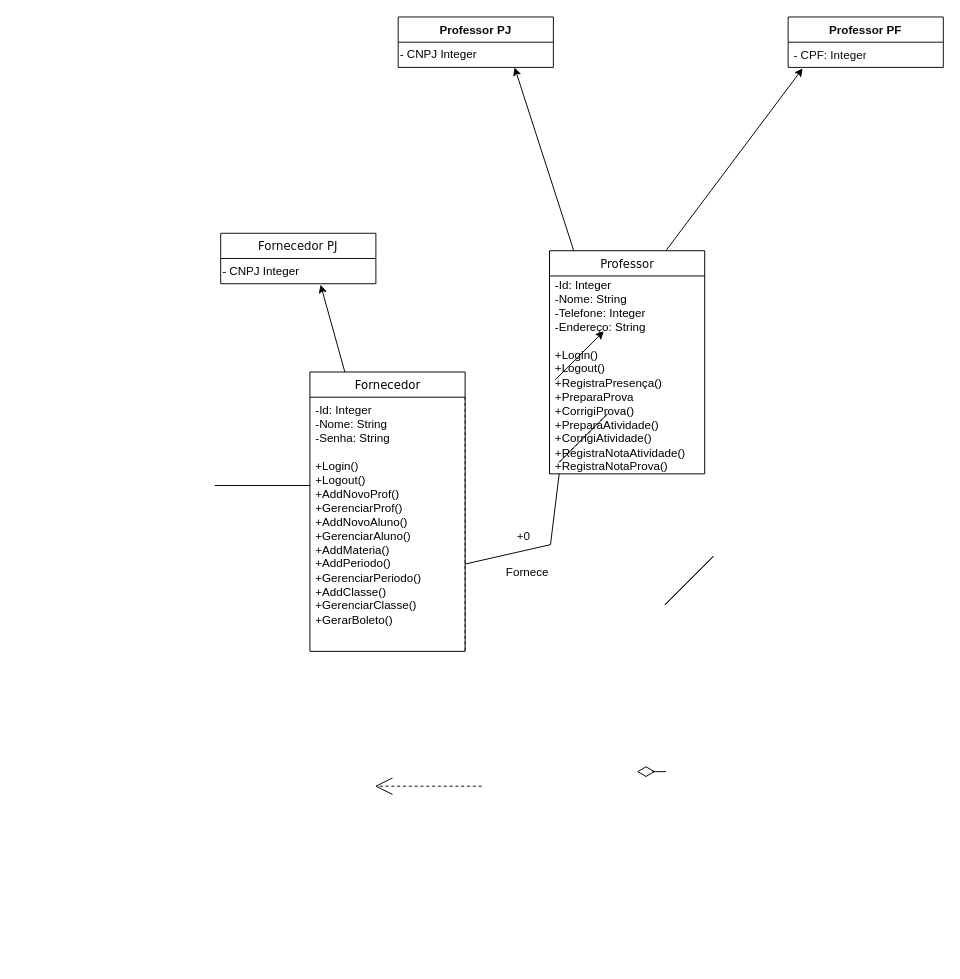
Before: Diagrama sem nome.drawio in gaahsz1/sonic-com-mario, a draw.io diagram. Source tidied: cells renumbered, new cells numbered last; positions are measured from the earlier drawing's top-left corner, leaving out a move shared by most shapes. Both pictures are drawn from the tidied source at 97%, with x=0, y=0 at pixel (214, 16).
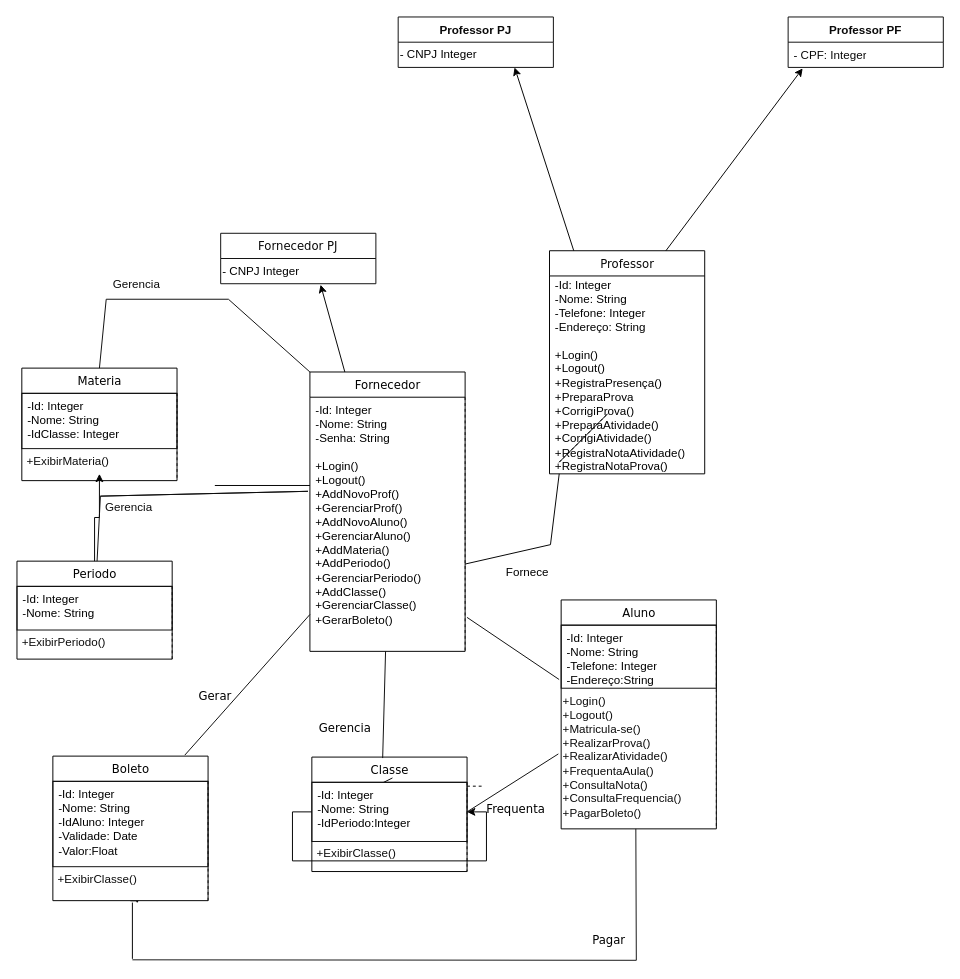
The same diagram, later.

Change to the diagram source:
```diff
@@
-    <mxCell id="5" style="endArrow=none;html=1;rounded=0;" parent="1" edge="1">
-      <mxGeometry relative="1" as="geometry">
-        <mxPoint x="464" y="606" as="sourcePoint" />
-        <mxPoint x="514" y="556" as="targetPoint" />
-      </mxGeometry>
-    </mxCell>
-    <mxCell id="6" style="endArrow=none;html=1;rounded=0;fontFamily=Helvetica;fontSize=12;fontColor=default;" parent="1" edge="1">
-      <mxGeometry relative="1" as="geometry">
-        <mxPoint x="464" y="606" as="sourcePoint" />
-        <mxPoint x="514" y="556" as="targetPoint" />
-      </mxGeometry>
-    </mxCell>
@@
-    <mxCell id="18" style="endArrow=classic;html=1;rounded=0;" parent="1" edge="1">
-      <mxGeometry relative="1" as="geometry">
-        <mxPoint x="351" y="374" as="sourcePoint" />
-        <mxPoint x="401" y="324" as="targetPoint" />
-      </mxGeometry>
-    </mxCell>
@@
-    <mxCell id="26" value="&lt;font color=&quot;#0a0a0a&quot;&gt;+0&lt;/font&gt;" style="text;html=1;align=center;verticalAlign=middle;strokeColor=none;fillColor=none;" parent="1" vertex="1">
-      <mxGeometry x="302" y="523" width="32" height="26" as="geometry" />
-    </mxCell>
+    <mxCell id="27" value="&lt;span style=&quot;font-weight: 400;&quot;&gt;Materia&lt;/span&gt;" style="swimlane;fontStyle=1;align=center;verticalAlign=top;horizontal=1;startSize=26;swimlaneFillColor=#ffffff;rounded=0;shadow=0;comic=0;labelBackgroundColor=none;strokeWidth=1;fillColor=none;fontFamily=Verdana;fontSize=12;strokeColor=#000000;swimlaneLine=1;fontColor=#000000;html=1;swimlaneHead=1;separatorColor=#121212;backgroundOutline=0;" parent="1" vertex="1">
+      <mxGeometry x="-199" y="362" width="160" height="116" as="geometry" />
+    </mxCell>
+    <mxCell id="28" value="&lt;font color=&quot;#000000&quot;&gt;-Id: Integer&lt;br&gt;-Nome: String&lt;br&gt;-IdClasse: Integer&lt;br&gt;&lt;br&gt;&lt;br&gt;&lt;/font&gt;" style="text;html=1;strokeColor=#0D0D0D;fillColor=none;align=left;verticalAlign=top;spacingLeft=4;spacingRight=4;whiteSpace=wrap;overflow=hidden;" parent="27" vertex="1">
+      <mxGeometry y="26" width="160" height="57" as="geometry" />
+    </mxCell>
+    <mxCell id="29" value="&lt;font color=&quot;#0d0d0d&quot;&gt;&amp;nbsp;+ExibirMateria()&lt;/font&gt;" style="text;html=1;align=left;verticalAlign=middle;points=[];strokeColor=none;fillColor=none;" parent="27" vertex="1">
+      <mxGeometry y="83" width="160" height="26" as="geometry" />
+    </mxCell>
+    <mxCell id="30" style="endArrow=none;html=1;rounded=0;strokeColor=#0D0D0D;" parent="1" edge="1">
+      <mxGeometry relative="1" as="geometry">
+        <mxPoint x="-119" y="362" as="sourcePoint" />
+        <mxPoint x="98" y="366" as="targetPoint" />
+        <Array as="points">
+          <mxPoint x="-112" y="291" />
+          <mxPoint x="14" y="291" />
+        </Array>
+      </mxGeometry>
+    </mxCell>
+    <mxCell id="31" value="&lt;font color=&quot;#0d0d0d&quot;&gt;Gerencia&lt;br&gt;&lt;/font&gt;" style="text;html=1;align=center;verticalAlign=middle;strokeColor=none;fillColor=none;" parent="1" vertex="1">
+      <mxGeometry x="-115" y="263" width="67" height="26" as="geometry" />
+    </mxCell>
+    <mxCell id="32" style="edgeStyle=orthogonalEdgeStyle;rounded=0;jettySize=auto;html=1;" parent="1" edge="1" source="33" target="29">
+      <mxGeometry relative="1" as="geometry" />
+    </mxCell>
+    <mxCell id="33" value="&lt;span style=&quot;font-weight: 400;&quot;&gt;Periodo&lt;/span&gt;" style="swimlane;fontStyle=1;align=center;verticalAlign=top;horizontal=1;startSize=26;swimlaneFillColor=#ffffff;rounded=0;shadow=0;comic=0;labelBackgroundColor=none;strokeWidth=1;fillColor=none;fontFamily=Verdana;fontSize=12;strokeColor=#000000;swimlaneLine=1;fontColor=#000000;html=1;swimlaneHead=1;separatorColor=#121212;backgroundOutline=0;" parent="1" vertex="1">
+      <mxGeometry x="-204" y="561" width="160" height="101" as="geometry" />
+    </mxCell>
+    <mxCell id="34" value="&lt;font color=&quot;#000000&quot;&gt;-Id: Integer&lt;br&gt;-Nome: String&lt;br&gt;&lt;/font&gt;" style="text;html=1;strokeColor=#0D0D0D;fillColor=none;align=left;verticalAlign=top;spacingLeft=4;spacingRight=4;whiteSpace=wrap;overflow=hidden;" parent="33" vertex="1">
+      <mxGeometry y="26" width="160" height="45" as="geometry" />
+    </mxCell>
+    <mxCell id="35" value="&lt;font color=&quot;#0d0d0d&quot;&gt;&amp;nbsp;+ExibirPeriodo()&lt;/font&gt;" style="text;html=1;align=left;verticalAlign=middle;strokeColor=none;fillColor=none;" parent="33" vertex="1">
+      <mxGeometry y="71" width="160" height="26" as="geometry" />
+    </mxCell>
+    <mxCell id="36" style="endArrow=none;html=1;rounded=0;strokeColor=#0D0D0D;" parent="1" edge="1" source="33">
+      <mxGeometry relative="1" as="geometry">
+        <mxPoint x="-118" y="494" as="targetPoint" />
+        <Array as="points">
+          <mxPoint x="-118" y="494" />
+          <mxPoint x="96" y="489" />
+        </Array>
+      </mxGeometry>
+    </mxCell>
+    <mxCell id="37" value="&lt;font color=&quot;#0d0d0d&quot;&gt;Gerencia&lt;/font&gt;" style="text;html=1;align=center;verticalAlign=middle;strokeColor=none;fillColor=none;" parent="1" vertex="1">
+      <mxGeometry x="-123" y="493" width="67" height="26" as="geometry" />
+    </mxCell>
+    <mxCell id="38" style="edgeStyle=orthogonalEdgeStyle;rounded=0;jettySize=auto;html=1;exitX=0.5;exitY=1;exitDx=0;exitDy=0;fontFamily=Verdana;fontSize=12;fontColor=#000000;startSize=26;" parent="1" edge="1" source="40">
+      <mxGeometry relative="1" as="geometry">
+        <mxPoint x="-80" y="913.8" as="targetPoint" />
+      </mxGeometry>
+    </mxCell>
+    <mxCell id="39" style="edgeStyle=orthogonalEdgeStyle;rounded=0;jettySize=auto;html=1;exitX=0.5;exitY=1;exitDx=0;exitDy=0;fontFamily=Verdana;fontSize=12;fontColor=#000000;startSize=26;" parent="1" edge="1" source="40">
+      <mxGeometry relative="1" as="geometry">
+        <mxPoint x="-80" y="873" as="targetPoint" />
+      </mxGeometry>
+    </mxCell>
+    <mxCell id="40" value="&lt;span style=&quot;font-weight: 400;&quot;&gt;Boleto&lt;/span&gt;" style="swimlane;fontStyle=1;align=center;verticalAlign=top;horizontal=1;startSize=26;swimlaneFillColor=#ffffff;rounded=0;shadow=0;comic=0;labelBackgroundColor=none;strokeWidth=1;fillColor=none;fontFamily=Verdana;fontSize=12;strokeColor=#000000;swimlaneLine=1;fontColor=#000000;html=1;swimlaneHead=1;separatorColor=#121212;backgroundOutline=0;" parent="1" vertex="1">
+      <mxGeometry x="-167" y="762" width="160" height="149" as="geometry" />
+    </mxCell>
+    <mxCell id="41" value="&lt;font color=&quot;#000000&quot;&gt;-Id: Integer&lt;br&gt;-Nome: String&lt;br&gt;-IdAluno: Integer&lt;br&gt;-Validade: Date&lt;br&gt;-Valor:Float&lt;br&gt;&lt;/font&gt;" style="text;html=1;strokeColor=#0D0D0D;fillColor=none;align=left;verticalAlign=top;spacingLeft=4;spacingRight=4;whiteSpace=wrap;overflow=hidden;" parent="40" vertex="1">
+      <mxGeometry y="26" width="160" height="88" as="geometry" />
+    </mxCell>
+    <mxCell id="42" value="&lt;font color=&quot;#0d0d0d&quot;&gt;&amp;nbsp;+ExibirClasse()&lt;/font&gt;" style="text;html=1;align=left;verticalAlign=middle;strokeColor=none;fillColor=none;" parent="40" vertex="1">
+      <mxGeometry y="114" width="160" height="26" as="geometry" />
+    </mxCell>
+    <mxCell id="43" style="endArrow=none;html=1;rounded=0;fontFamily=Verdana;fontSize=12;fontColor=#000000;startSize=26;strokeColor=#0D0D0D;" parent="1" edge="1">
+      <mxGeometry relative="1" as="geometry">
+        <mxPoint x="-31" y="761" as="sourcePoint" />
+        <mxPoint x="98" y="616" as="targetPoint" />
+      </mxGeometry>
+    </mxCell>
+    <mxCell id="44" value="Gerar" style="text;html=1;align=center;verticalAlign=middle;strokeColor=none;fillColor=none;fontSize=12;fontFamily=Verdana;fontColor=#000000;" parent="1" vertex="1">
+      <mxGeometry x="-26" y="688" width="52" height="26" as="geometry" />
+    </mxCell>
+    <mxCell id="45" value="&lt;span style=&quot;font-weight: 400;&quot;&gt;Classe&lt;/span&gt;" style="swimlane;fontStyle=1;align=center;verticalAlign=top;horizontal=1;startSize=26;swimlaneFillColor=#ffffff;rounded=0;shadow=0;comic=0;labelBackgroundColor=none;strokeWidth=1;fillColor=none;fontFamily=Verdana;fontSize=12;strokeColor=#000000;swimlaneLine=1;fontColor=#000000;html=1;swimlaneHead=1;separatorColor=#121212;backgroundOutline=0;" parent="1" vertex="1">
+      <mxGeometry x="100" y="763" width="160" height="118" as="geometry" />
+    </mxCell>
+    <mxCell id="46" value="&lt;font color=&quot;#000000&quot;&gt;-Id: Integer&lt;br&gt;-Nome: String&lt;br&gt;-IdPeriodo:Integer&lt;br&gt;&lt;/font&gt;" style="text;html=1;strokeColor=#0D0D0D;fillColor=none;align=left;verticalAlign=top;spacingLeft=4;spacingRight=4;whiteSpace=wrap;overflow=hidden;points=[[0,0.5],[1,0.5]];portConstraint=eastwest;" parent="45" vertex="1">
+      <mxGeometry y="26" width="160" height="61" as="geometry" />
+    </mxCell>
+    <mxCell id="47" value="&lt;font color=&quot;#0d0d0d&quot;&gt;&amp;nbsp;+ExibirClasse()&lt;/font&gt;" style="text;html=1;align=left;verticalAlign=middle;strokeColor=none;fillColor=none;" parent="45" vertex="1">
+      <mxGeometry y="87" width="160" height="26" as="geometry" />
+    </mxCell>
+    <mxCell id="48" style="edgeStyle=orthogonalEdgeStyle;rounded=0;orthogonalLoop=1;jettySize=auto;html=1;entryX=1;entryY=0.5;entryDx=0;entryDy=0;fontFamily=Verdana;fontSize=12;fontColor=#000000;startSize=26;" parent="45" edge="1" source="46" target="46">
+      <mxGeometry relative="1" as="geometry" />
+    </mxCell>
+    <mxCell id="49" style="endArrow=none;html=1;rounded=0;fontFamily=Verdana;fontSize=12;fontColor=#000000;startSize=26;strokeColor=#0D0D0D;" parent="1" edge="1">
+      <mxGeometry relative="1" as="geometry">
+        <mxPoint x="173" y="764" as="sourcePoint" />
+        <mxPoint x="176" y="654" as="targetPoint" />
+      </mxGeometry>
+    </mxCell>
+    <mxCell id="50" value="Gerencia&lt;br&gt;" style="text;html=1;align=center;verticalAlign=middle;strokeColor=none;fillColor=none;fontSize=12;fontFamily=Verdana;fontColor=#000000;" parent="1" vertex="1">
+      <mxGeometry x="98" y="721" width="71" height="26" as="geometry" />
+    </mxCell>
+    <mxCell id="51" value="&lt;span style=&quot;font-weight: 400;&quot;&gt;Aluno&lt;/span&gt;" style="swimlane;fontStyle=1;align=center;verticalAlign=top;horizontal=1;startSize=26;swimlaneFillColor=#ffffff;rounded=0;shadow=0;comic=0;labelBackgroundColor=none;strokeWidth=1;fillColor=none;fontFamily=Verdana;fontSize=12;strokeColor=#000000;swimlaneLine=1;fontColor=#000000;html=1;swimlaneHead=1;separatorColor=#121212;backgroundOutline=0;" parent="1" vertex="1">
+      <mxGeometry x="357" y="601" width="160" height="236" as="geometry" />
+    </mxCell>
+    <mxCell id="52" value="&lt;font color=&quot;#000000&quot;&gt;-Id: Integer&lt;br&gt;-Nome: String&lt;br&gt;-Telefone: Integer&lt;br&gt;-Endereço:String&lt;br&gt;&lt;/font&gt;" style="text;html=1;strokeColor=#0D0D0D;fillColor=none;align=left;verticalAlign=top;spacingLeft=4;spacingRight=4;whiteSpace=wrap;overflow=hidden;points=[[0,0.5],[1,0.5]];portConstraint=eastwest;" parent="51" vertex="1">
+      <mxGeometry y="26" width="160" height="65" as="geometry" />
+    </mxCell>
+    <mxCell id="53" value="&lt;font color=&quot;#0d0d0d&quot;&gt;+Login()&lt;br&gt;+Logout()&lt;br&gt;+Matricula-se()&lt;br&gt;+RealizarProva()&lt;br&gt;+RealizarAtividade()&lt;br&gt;+FrequentaAula()&lt;br&gt;+ConsultaNota()&lt;br&gt;+ConsultaFrequencia()&lt;br&gt;+PagarBoleto()&lt;br&gt;&lt;/font&gt;" style="text;html=1;align=left;verticalAlign=middle;points=[];strokeColor=none;fillColor=none;" parent="51" vertex="1">
+      <mxGeometry y="91" width="160" height="142" as="geometry" />
+    </mxCell>
+    <mxCell id="54" style="endArrow=none;html=1;rounded=0;fontFamily=Verdana;fontSize=12;fontColor=#000000;startSize=26;entryX=-0.013;entryY=0.862;entryDx=0;entryDy=0;entryPerimeter=0;strokeColor=#0D0D0D;" parent="1" edge="1" target="52">
+      <mxGeometry relative="1" as="geometry">
+        <mxPoint x="260" y="619" as="sourcePoint" />
+      </mxGeometry>
+    </mxCell>
+    <mxCell id="55" style="endArrow=none;html=1;rounded=0;fontFamily=Verdana;fontSize=12;fontColor=#000000;startSize=26;entryX=-0.018;entryY=0.477;entryDx=0;entryDy=0;entryPerimeter=0;strokeColor=#0D0D0D;exitX=1;exitY=0.5;exitDx=0;exitDy=0;" parent="1" edge="1" source="46" target="53">
+      <mxGeometry relative="1" as="geometry" />
+    </mxCell>
+    <mxCell id="56" value="Frequenta" style="text;html=1;align=center;verticalAlign=middle;strokeColor=none;fillColor=none;fontSize=12;fontFamily=Verdana;fontColor=#000000;" parent="1" vertex="1">
+      <mxGeometry x="270" y="804" width="79" height="26" as="geometry" />
+    </mxCell>
+    <mxCell id="57" style="endArrow=none;html=1;rounded=0;fontFamily=Verdana;fontSize=12;fontColor=#000000;startSize=26;edgeStyle=orthogonalEdgeStyle;strokeColor=#141414;" parent="1" edge="1">
+      <mxGeometry relative="1" as="geometry">
+        <mxPoint x="-85" y="972" as="sourcePoint" />
+        <mxPoint x="434" y="837" as="targetPoint" />
+      </mxGeometry>
+    </mxCell>
+    <mxCell id="58" style="endArrow=none;html=1;rounded=0;fontFamily=Verdana;fontSize=12;fontColor=#000000;startSize=26;strokeColor=#000000;" parent="1" edge="1">
+      <mxGeometry relative="1" as="geometry">
+        <mxPoint x="-85" y="971" as="sourcePoint" />
+        <mxPoint x="-85" y="913" as="targetPoint" />
+      </mxGeometry>
+    </mxCell>
+    <mxCell id="59" value="Pagar&lt;br&gt;" style="text;html=1;align=center;verticalAlign=middle;strokeColor=none;fillColor=none;fontSize=12;fontFamily=Verdana;fontColor=#000000;" parent="1" vertex="1">
+      <mxGeometry x="380" y="939" width="52" height="26" as="geometry" />
+    </mxCell>
```
